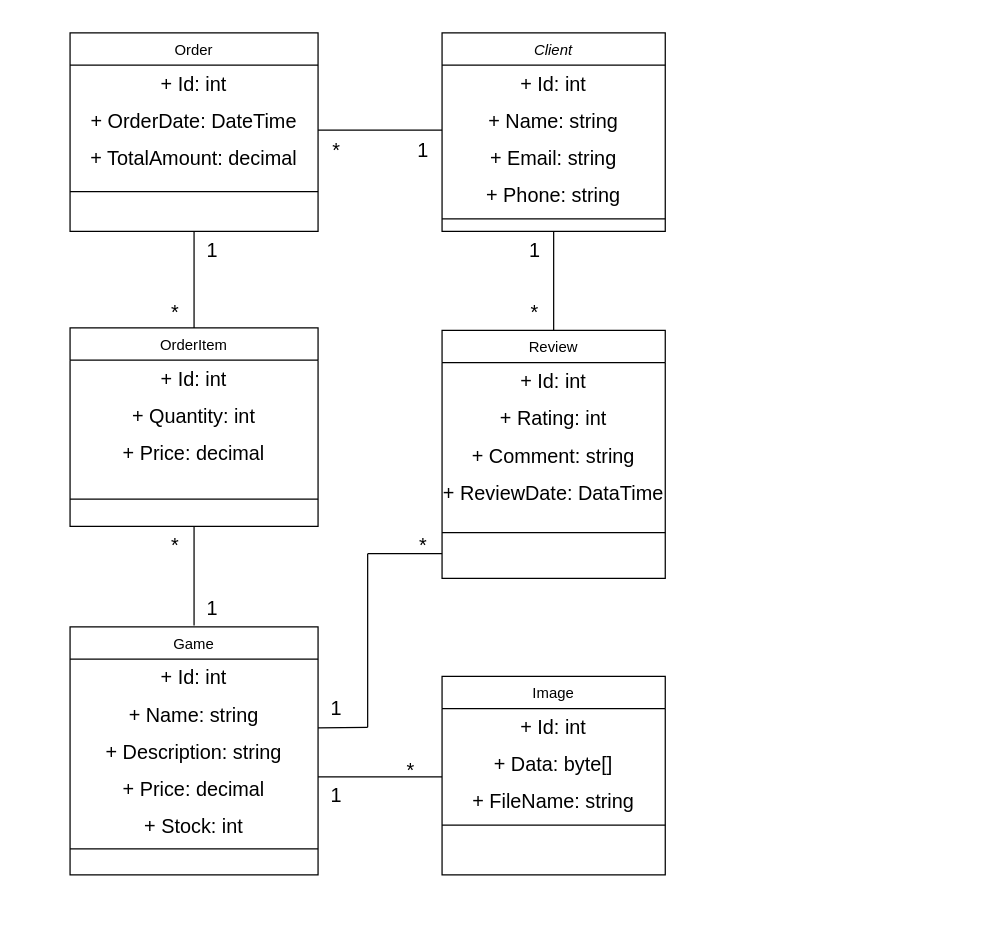
Before: Resurse/Class_Diagram.drawio in Radu309/GameShopProject, a draw.io diagram. Source tidied: cells renumbered, new cells numbered last; positions are measured from the earlier drawing's top-left corner, leaving out a move shared by most shapes. Both pictures are drawn from the tidied source at 124%, with x=0, y=0 at pixel (69, 32).
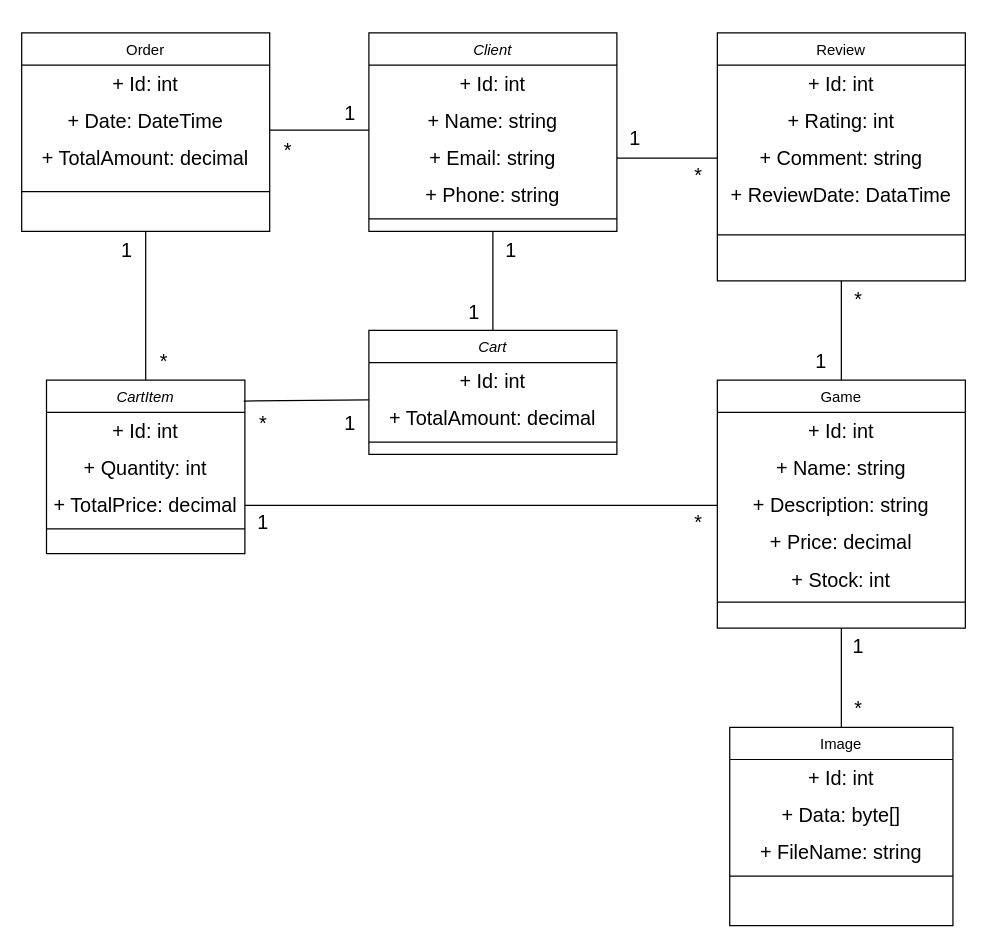
Above is the later version.

The change refers to these unchanged cells:
```xml
<mxCell id="11" value="+ Description: string" style="text;html=1;align=center;verticalAlign=middle;whiteSpace=wrap;rounded=0;fontSize=16;" parent="8" vertex="1">
  <mxGeometry y="86" width="200" height="30" as="geometry" />
</mxCell>
```

The edit, as a diff of the source:
```diff
@@
     <mxCell id="2" value="Client" style="swimlane;fontStyle=2;align=center;verticalAlign=top;horizontal=1;startSize=26;rounded=0;shadow=0;strokeWidth=1;" parent="1" vertex="1">
-      <mxGeometry x="300" width="180" height="160" as="geometry" />
+      <mxGeometry x="241" width="200" height="160" as="geometry" />
     </mxCell>
     <mxCell id="3" value="+ Id: int" style="text;html=1;align=center;verticalAlign=middle;whiteSpace=wrap;rounded=0;fontSize=16;" parent="2" vertex="1">
-      <mxGeometry y="26" width="180" height="30" as="geometry" />
+      <mxGeometry y="26" width="200" height="30" as="geometry" />
     </mxCell>
     <mxCell id="4" value="+ Name: string" style="text;html=1;align=center;verticalAlign=middle;whiteSpace=wrap;rounded=0;fontSize=16;" parent="2" vertex="1">
-      <mxGeometry y="56" width="180" height="30" as="geometry" />
+      <mxGeometry y="56" width="200" height="30" as="geometry" />
     </mxCell>
     <mxCell id="5" value="+ Email: string" style="text;html=1;align=center;verticalAlign=middle;whiteSpace=wrap;rounded=0;fontSize=16;" parent="2" vertex="1">
-      <mxGeometry y="86" width="180" height="30" as="geometry" />
+      <mxGeometry y="86" width="200" height="30" as="geometry" />
     </mxCell>
     <mxCell id="6" value="+ Phone: string" style="text;html=1;align=center;verticalAlign=middle;whiteSpace=wrap;rounded=0;fontSize=16;" parent="2" vertex="1">
-      <mxGeometry y="116" width="180" height="30" as="geometry" />
+      <mxGeometry y="116" width="200" height="30" as="geometry" />
     </mxCell>
     <mxCell id="7" style="line;html=1;strokeWidth=1;align=left;verticalAlign=middle;spacingTop=-1;spacingLeft=3;spacingRight=3;labelPosition=right;" parent="2" vertex="1">
-      <mxGeometry y="146" width="180" height="8" as="geometry" />
+      <mxGeometry y="146" width="200" height="8" as="geometry" />
     </mxCell>
     <mxCell id="8" value="Game" style="swimlane;fontStyle=0;align=center;verticalAlign=top;horizontal=1;startSize=26;rounded=0;shadow=0;strokeWidth=1;" parent="1" vertex="1">
-      <mxGeometry y="479" width="200" height="200" as="geometry" />
+      <mxGeometry x="522" y="280" width="200" height="200" as="geometry" />
     </mxCell>
@@
     <mxCell id="15" value="Order" style="swimlane;fontStyle=0;align=center;verticalAlign=top;horizontal=1;startSize=26;rounded=0;shadow=0;strokeWidth=1;" parent="1" vertex="1">
-      <mxGeometry width="200" height="160" as="geometry" />
+      <mxGeometry x="-39" width="200" height="160" as="geometry" />
     </mxCell>
@@
-    <mxCell id="17" value="+ OrderDate: DateTime" style="text;html=1;align=center;verticalAlign=middle;whiteSpace=wrap;rounded=0;fontSize=16;" parent="15" vertex="1">
+    <mxCell id="17" value="+ Date: DateTime" style="text;html=1;align=center;verticalAlign=middle;whiteSpace=wrap;rounded=0;fontSize=16;" parent="15" vertex="1">
       <mxGeometry y="56" width="200" height="30" as="geometry" />
     </mxCell>
@@
-    <mxCell id="20" value="OrderItem" style="swimlane;fontStyle=0;align=center;verticalAlign=top;horizontal=1;startSize=26;rounded=0;shadow=0;strokeWidth=1;" parent="1" vertex="1">
-      <mxGeometry y="238" width="200" height="160" as="geometry" />
-    </mxCell>
-    <mxCell id="21" value="+ Id: int" style="text;html=1;align=center;verticalAlign=middle;whiteSpace=wrap;rounded=0;fontSize=16;" parent="20" vertex="1">
-      <mxGeometry y="26" width="200" height="30" as="geometry" />
-    </mxCell>
-    <mxCell id="22" value="+ Quantity: int" style="text;html=1;align=center;verticalAlign=middle;whiteSpace=wrap;rounded=0;fontSize=16;" parent="20" vertex="1">
-      <mxGeometry y="56" width="200" height="30" as="geometry" />
-    </mxCell>
-    <mxCell id="23" value="+ Price: decimal" style="text;html=1;align=center;verticalAlign=middle;whiteSpace=wrap;rounded=0;fontSize=16;" parent="20" vertex="1">
-      <mxGeometry y="86" width="200" height="30" as="geometry" />
-    </mxCell>
-    <mxCell id="24" style="line;html=1;strokeWidth=1;align=left;verticalAlign=middle;spacingTop=-1;spacingLeft=3;spacingRight=3;labelPosition=right;" parent="20" vertex="1">
-      <mxGeometry y="116" width="200" height="44" as="geometry" />
-    </mxCell>
     <mxCell id="25" value="Image" style="swimlane;fontStyle=0;align=center;verticalAlign=top;horizontal=1;startSize=26;rounded=0;shadow=0;strokeWidth=1;" parent="1" vertex="1">
-      <mxGeometry x="300" y="519" width="180" height="160" as="geometry" />
+      <mxGeometry x="532" y="560" width="180" height="160" as="geometry" />
     </mxCell>
@@
     <mxCell id="30" value="Review" style="swimlane;fontStyle=0;align=center;verticalAlign=top;horizontal=1;startSize=26;rounded=0;shadow=0;strokeWidth=1;" parent="1" vertex="1">
-      <mxGeometry x="300" y="240" width="180" height="200" as="geometry" />
+      <mxGeometry x="522" width="200" height="200" as="geometry" />
     </mxCell>
     <mxCell id="31" value="+ Id: int" style="text;html=1;align=center;verticalAlign=middle;whiteSpace=wrap;rounded=0;fontSize=16;" parent="30" vertex="1">
-      <mxGeometry y="26" width="180" height="30" as="geometry" />
+      <mxGeometry y="26" width="200" height="30" as="geometry" />
     </mxCell>
     <mxCell id="32" value="+ Rating: int" style="text;html=1;align=center;verticalAlign=middle;whiteSpace=wrap;rounded=0;fontSize=16;" parent="30" vertex="1">
-      <mxGeometry y="56" width="180" height="30" as="geometry" />
+      <mxGeometry y="56" width="200" height="30" as="geometry" />
     </mxCell>
     <mxCell id="33" value="+ Comment: string" style="text;html=1;align=center;verticalAlign=middle;whiteSpace=wrap;rounded=0;fontSize=16;" parent="30" vertex="1">
-      <mxGeometry y="86" width="180" height="30" as="geometry" />
+      <mxGeometry y="86" width="200" height="30" as="geometry" />
     </mxCell>
     <mxCell id="34" value="+ ReviewDate: DataTime" style="text;html=1;align=center;verticalAlign=middle;whiteSpace=wrap;rounded=0;fontSize=16;" parent="30" vertex="1">
-      <mxGeometry y="116" width="180" height="30" as="geometry" />
+      <mxGeometry y="116" width="200" height="30" as="geometry" />
     </mxCell>
     <mxCell id="35" style="line;html=1;strokeWidth=1;align=left;verticalAlign=middle;spacingTop=-1;spacingLeft=3;spacingRight=3;labelPosition=right;" parent="30" vertex="1">
-      <mxGeometry y="146" width="180" height="34" as="geometry" />
+      <mxGeometry y="146" width="200" height="34" as="geometry" />
     </mxCell>
-    <mxCell id="36" style="endArrow=none;html=1;rounded=0;fontSize=12;startSize=8;endSize=8;curved=1;" parent="1" edge="1">
-      <mxGeometry relative="1" as="geometry">
-        <mxPoint x="240" y="420" as="sourcePoint" />
-        <mxPoint x="300" y="420" as="targetPoint" />
-      </mxGeometry>
+    <mxCell id="36" style="endArrow=none;html=1;rounded=0;fontSize=12;startSize=8;endSize=8;curved=1;entryX=0.5;entryY=1;entryDx=0;entryDy=0;exitX=0.5;exitY=0;exitDx=0;exitDy=0;" parent="1" edge="1" source="8" target="30">
+      <mxGeometry relative="1" as="geometry" />
     </mxCell>
@@
-    <mxCell id="38" style="endArrow=none;html=1;rounded=0;fontSize=12;startSize=8;endSize=8;curved=1;fontStyle=1;" parent="1" edge="1">
-      <mxGeometry relative="1" as="geometry">
-        <mxPoint x="240" y="560" as="sourcePoint" />
-        <mxPoint x="240" y="420" as="targetPoint" />
-      </mxGeometry>
-    </mxCell>
-    <mxCell id="39" style="endArrow=none;html=1;rounded=0;fontSize=12;startSize=8;endSize=8;curved=1;exitX=1;exitY=0.75;exitDx=0;exitDy=0;" parent="1" edge="1">
-      <mxGeometry relative="1" as="geometry">
-        <mxPoint x="200" y="560.5" as="sourcePoint" />
-        <mxPoint x="240" y="560" as="targetPoint" />
-      </mxGeometry>
-    </mxCell>
-    <mxCell id="40" style="endArrow=none;html=1;rounded=0;fontSize=12;startSize=8;endSize=8;curved=1;exitX=1;exitY=0.387;exitDx=0;exitDy=0;exitPerimeter=0;" parent="1" edge="1">
-      <mxGeometry relative="1" as="geometry">
-        <mxPoint x="200" y="600" as="sourcePoint" />
-        <mxPoint x="300" y="600" as="targetPoint" />
-      </mxGeometry>
+    <mxCell id="40" style="endArrow=none;html=1;rounded=0;fontSize=12;startSize=8;endSize=8;curved=1;exitX=0.5;exitY=1;exitDx=0;exitDy=0;entryX=0.5;entryY=0;entryDx=0;entryDy=0;" parent="1" edge="1" source="8" target="25">
+      <mxGeometry relative="1" as="geometry" />
     </mxCell>
-    <mxCell id="41" style="endArrow=none;html=1;rounded=0;fontSize=12;startSize=8;endSize=8;curved=1;" parent="1" edge="1">
-      <mxGeometry relative="1" as="geometry">
-        <mxPoint x="100" y="478" as="sourcePoint" />
-        <mxPoint x="100" y="398" as="targetPoint" />
-      </mxGeometry>
-    </mxCell>
-    <mxCell id="42" style="endArrow=none;html=1;rounded=0;fontSize=12;startSize=8;endSize=8;curved=1;entryX=0.5;entryY=0;entryDx=0;entryDy=0;exitX=0.5;exitY=1;exitDx=0;exitDy=0;" parent="1" edge="1" source="15" target="20">
+    <mxCell id="42" style="endArrow=none;html=1;rounded=0;fontSize=12;startSize=8;endSize=8;curved=1;entryX=0.5;entryY=0;entryDx=0;entryDy=0;exitX=0.5;exitY=1;exitDx=0;exitDy=0;" parent="1" edge="1" source="15" target="62">
       <mxGeometry relative="1" as="geometry" />
     </mxCell>
@@
-    <mxCell id="44" style="endArrow=none;html=1;rounded=0;fontSize=12;startSize=8;endSize=8;curved=1;entryX=0.5;entryY=0;entryDx=0;entryDy=0;exitX=0.5;exitY=1;exitDx=0;exitDy=0;" parent="1" edge="1" source="2" target="30">
-      <mxGeometry relative="1" as="geometry" />
-    </mxCell>
-    <mxCell id="45" value="*" style="text;html=1;align=center;verticalAlign=middle;whiteSpace=wrap;rounded=0;fontSize=16;" parent="1" vertex="1">
-      <mxGeometry x="270" y="398" width="30" height="30" as="geometry" />
-    </mxCell>
-    <mxCell id="46" value="1" style="text;html=1;align=center;verticalAlign=middle;whiteSpace=wrap;rounded=0;fontSize=16;" parent="1" vertex="1">
-      <mxGeometry x="200" y="600" width="30" height="30" as="geometry" />
-    </mxCell>
-    <mxCell id="47" value="1" style="text;html=1;align=center;verticalAlign=middle;whiteSpace=wrap;rounded=0;fontSize=16;" parent="1" vertex="1">
-      <mxGeometry x="200" y="530" width="30" height="30" as="geometry" />
-    </mxCell>
-    <mxCell id="48" value="*" style="text;html=1;align=center;verticalAlign=middle;whiteSpace=wrap;rounded=0;fontSize=16;" parent="1" vertex="1">
-      <mxGeometry x="360" y="210" width="30" height="30" as="geometry" />
-    </mxCell>
-    <mxCell id="49" value="1" style="text;html=1;align=center;verticalAlign=middle;whiteSpace=wrap;rounded=0;fontSize=16;" parent="1" vertex="1">
-      <mxGeometry x="360" y="160" width="30" height="30" as="geometry" />
-    </mxCell>
     <mxCell id="50" value="1" style="text;html=1;align=center;verticalAlign=middle;whiteSpace=wrap;rounded=0;fontSize=16;" parent="1" vertex="1">
-      <mxGeometry x="270" y="80" width="30" height="30" as="geometry" />
+      <mxGeometry x="211" y="50" width="30" height="30" as="geometry" />
     </mxCell>
     <mxCell id="51" value="*" style="text;html=1;align=center;verticalAlign=middle;whiteSpace=wrap;rounded=0;fontSize=16;" parent="1" vertex="1">
-      <mxGeometry x="200" y="80" width="30" height="30" as="geometry" />
+      <mxGeometry x="161" y="80" width="30" height="30" as="geometry" />
     </mxCell>
-    <mxCell id="52" value="1" style="text;html=1;align=center;verticalAlign=middle;whiteSpace=wrap;rounded=0;fontSize=16;" parent="1" vertex="1">
-      <mxGeometry x="100" y="160" width="30" height="30" as="geometry" />
-    </mxCell>
-    <mxCell id="53" value="1" style="text;html=1;align=center;verticalAlign=middle;whiteSpace=wrap;rounded=0;fontSize=16;" parent="1" vertex="1">
-      <mxGeometry x="100" y="449" width="30" height="30" as="geometry" />
-    </mxCell>
-    <mxCell id="54" value="*" style="text;html=1;align=center;verticalAlign=middle;whiteSpace=wrap;rounded=0;fontSize=16;" parent="1" vertex="1">
-      <mxGeometry x="70" y="398" width="30" height="30" as="geometry" />
-    </mxCell>
-    <mxCell id="55" value="*" style="text;html=1;align=center;verticalAlign=middle;whiteSpace=wrap;rounded=0;fontSize=16;" parent="1" vertex="1">
-      <mxGeometry x="70" y="210" width="30" height="30" as="geometry" />
-    </mxCell>
-    <mxCell id="56" value="*" style="text;html=1;align=center;verticalAlign=middle;whiteSpace=wrap;rounded=0;fontSize=16;" parent="1" vertex="1">
-      <mxGeometry x="260" y="580" width="30" height="30" as="geometry" />
-    </mxCell>
+    <mxCell id="57" value="Cart" style="swimlane;fontStyle=2;align=center;verticalAlign=top;horizontal=1;startSize=26;rounded=0;shadow=0;strokeWidth=1;" parent="1" vertex="1">
+      <mxGeometry x="241" y="240" width="200" height="100" as="geometry" />
+    </mxCell>
+    <mxCell id="21" value="+ Id: int" style="text;html=1;align=center;verticalAlign=middle;whiteSpace=wrap;rounded=0;fontSize=16;" parent="57" vertex="1">
+      <mxGeometry y="26" width="200" height="30" as="geometry" />
+    </mxCell>
+    <mxCell id="58" value="+ TotalAmount: decimal" style="text;html=1;align=center;verticalAlign=middle;whiteSpace=wrap;rounded=0;fontSize=16;" parent="57" vertex="1">
+      <mxGeometry y="56" width="200" height="30" as="geometry" />
+    </mxCell>
+    <mxCell id="59" style="line;html=1;strokeWidth=1;align=left;verticalAlign=middle;spacingTop=-1;spacingLeft=3;spacingRight=3;labelPosition=right;" parent="57" vertex="1">
+      <mxGeometry y="86" width="200" height="8" as="geometry" />
+    </mxCell>
+    <mxCell id="60" style="endArrow=none;html=1;rounded=0;fontSize=12;startSize=8;endSize=8;curved=1;exitX=1;exitY=0.5;exitDx=0;exitDy=0;entryX=0;entryY=0.5;entryDx=0;entryDy=0;" parent="1" edge="1" source="5" target="33">
+      <mxGeometry relative="1" as="geometry" />
+    </mxCell>
+    <mxCell id="61" style="endArrow=none;html=1;rounded=0;fontSize=12;startSize=8;endSize=8;curved=1;entryX=0.5;entryY=0;entryDx=0;entryDy=0;exitX=0.5;exitY=1;exitDx=0;exitDy=0;" parent="1" edge="1" source="2" target="57">
+      <mxGeometry relative="1" as="geometry" />
+    </mxCell>
+    <mxCell id="62" value="CartItem" style="swimlane;fontStyle=2;align=center;verticalAlign=top;horizontal=1;startSize=26;rounded=0;shadow=0;strokeWidth=1;" parent="1" vertex="1">
+      <mxGeometry x="-19" y="280" width="160" height="140" as="geometry" />
+    </mxCell>
+    <mxCell id="63" value="+ Id: int" style="text;html=1;align=center;verticalAlign=middle;whiteSpace=wrap;rounded=0;fontSize=16;" parent="62" vertex="1">
+      <mxGeometry y="26" width="160" height="30" as="geometry" />
+    </mxCell>
+    <mxCell id="22" value="+ Quantity: int" style="text;html=1;align=center;verticalAlign=middle;whiteSpace=wrap;rounded=0;fontSize=16;" parent="62" vertex="1">
+      <mxGeometry y="56" width="160" height="30" as="geometry" />
+    </mxCell>
+    <mxCell id="64" value="+ TotalPrice: decimal" style="text;html=1;align=center;verticalAlign=middle;whiteSpace=wrap;rounded=0;fontSize=16;" parent="62" vertex="1">
+      <mxGeometry y="86" width="160" height="30" as="geometry" />
+    </mxCell>
+    <mxCell id="65" style="line;html=1;strokeWidth=1;align=left;verticalAlign=middle;spacingTop=-1;spacingLeft=3;spacingRight=3;labelPosition=right;" parent="62" vertex="1">
+      <mxGeometry y="116" width="160" height="8" as="geometry" />
+    </mxCell>
+    <mxCell id="66" style="endArrow=none;html=1;rounded=0;fontSize=12;startSize=8;endSize=8;curved=1;entryX=0.994;entryY=0.121;entryDx=0;entryDy=0;exitX=0;exitY=0;exitDx=0;exitDy=0;entryPerimeter=0;" parent="1" edge="1" source="58" target="62">
+      <mxGeometry relative="1" as="geometry" />
+    </mxCell>
+    <mxCell id="67" style="endArrow=none;html=1;rounded=0;fontSize=12;startSize=8;endSize=8;curved=1;entryX=1;entryY=0.5;entryDx=0;entryDy=0;exitX=0;exitY=0.5;exitDx=0;exitDy=0;" parent="1" edge="1" source="11" target="64">
+      <mxGeometry relative="1" as="geometry" />
+    </mxCell>
+    <mxCell id="68" value="1" style="text;html=1;align=center;verticalAlign=middle;whiteSpace=wrap;rounded=0;fontSize=16;" parent="1" vertex="1">
+      <mxGeometry x="341" y="160" width="30" height="30" as="geometry" />
+    </mxCell>
+    <mxCell id="69" value="1" style="text;html=1;align=center;verticalAlign=middle;whiteSpace=wrap;rounded=0;fontSize=16;" parent="1" vertex="1">
+      <mxGeometry x="311" y="210" width="30" height="30" as="geometry" />
+    </mxCell>
+    <mxCell id="70" value="1" style="text;html=1;align=center;verticalAlign=middle;whiteSpace=wrap;rounded=0;fontSize=16;" parent="1" vertex="1">
+      <mxGeometry x="441" y="70" width="30" height="30" as="geometry" />
+    </mxCell>
+    <mxCell id="71" value="*" style="text;html=1;align=center;verticalAlign=middle;whiteSpace=wrap;rounded=0;fontSize=16;" parent="1" vertex="1">
+      <mxGeometry x="492" y="100" width="30" height="30" as="geometry" />
+    </mxCell>
+    <mxCell id="72" value="*" style="text;html=1;align=center;verticalAlign=middle;whiteSpace=wrap;rounded=0;fontSize=16;" parent="1" vertex="1">
+      <mxGeometry x="621" y="200" width="30" height="30" as="geometry" />
+    </mxCell>
+    <mxCell id="73" value="1" style="text;html=1;align=center;verticalAlign=middle;whiteSpace=wrap;rounded=0;fontSize=16;" parent="1" vertex="1">
+      <mxGeometry x="591" y="250" width="30" height="30" as="geometry" />
+    </mxCell>
+    <mxCell id="74" value="*" style="text;html=1;align=center;verticalAlign=middle;whiteSpace=wrap;rounded=0;fontSize=16;" parent="1" vertex="1">
+      <mxGeometry x="621" y="530" width="30" height="30" as="geometry" />
+    </mxCell>
+    <mxCell id="75" value="1" style="text;html=1;align=center;verticalAlign=middle;whiteSpace=wrap;rounded=0;fontSize=16;" parent="1" vertex="1">
+      <mxGeometry x="621" y="480" width="30" height="30" as="geometry" />
+    </mxCell>
+    <mxCell id="76" value="1" style="text;html=1;align=center;verticalAlign=middle;whiteSpace=wrap;rounded=0;fontSize=16;" parent="1" vertex="1">
+      <mxGeometry x="211" y="300" width="30" height="30" as="geometry" />
+    </mxCell>
+    <mxCell id="77" value="*" style="text;html=1;align=center;verticalAlign=middle;whiteSpace=wrap;rounded=0;fontSize=16;" parent="1" vertex="1">
+      <mxGeometry x="141" y="300" width="30" height="30" as="geometry" />
+    </mxCell>
+    <mxCell id="78" value="*" style="text;html=1;align=center;verticalAlign=middle;whiteSpace=wrap;rounded=0;fontSize=16;" parent="1" vertex="1">
+      <mxGeometry x="492" y="380" width="30" height="30" as="geometry" />
+    </mxCell>
+    <mxCell id="79" value="1" style="text;html=1;align=center;verticalAlign=middle;whiteSpace=wrap;rounded=0;fontSize=16;" parent="1" vertex="1">
+      <mxGeometry x="141" y="380" width="30" height="30" as="geometry" />
+    </mxCell>
+    <mxCell id="80" value="1" style="text;html=1;align=center;verticalAlign=middle;whiteSpace=wrap;rounded=0;fontSize=16;" parent="1" vertex="1">
+      <mxGeometry x="31" y="160" width="30" height="30" as="geometry" />
+    </mxCell>
+    <mxCell id="81" value="*" style="text;html=1;align=center;verticalAlign=middle;whiteSpace=wrap;rounded=0;fontSize=16;" parent="1" vertex="1">
+      <mxGeometry x="61" y="250" width="30" height="30" as="geometry" />
+    </mxCell>
```
